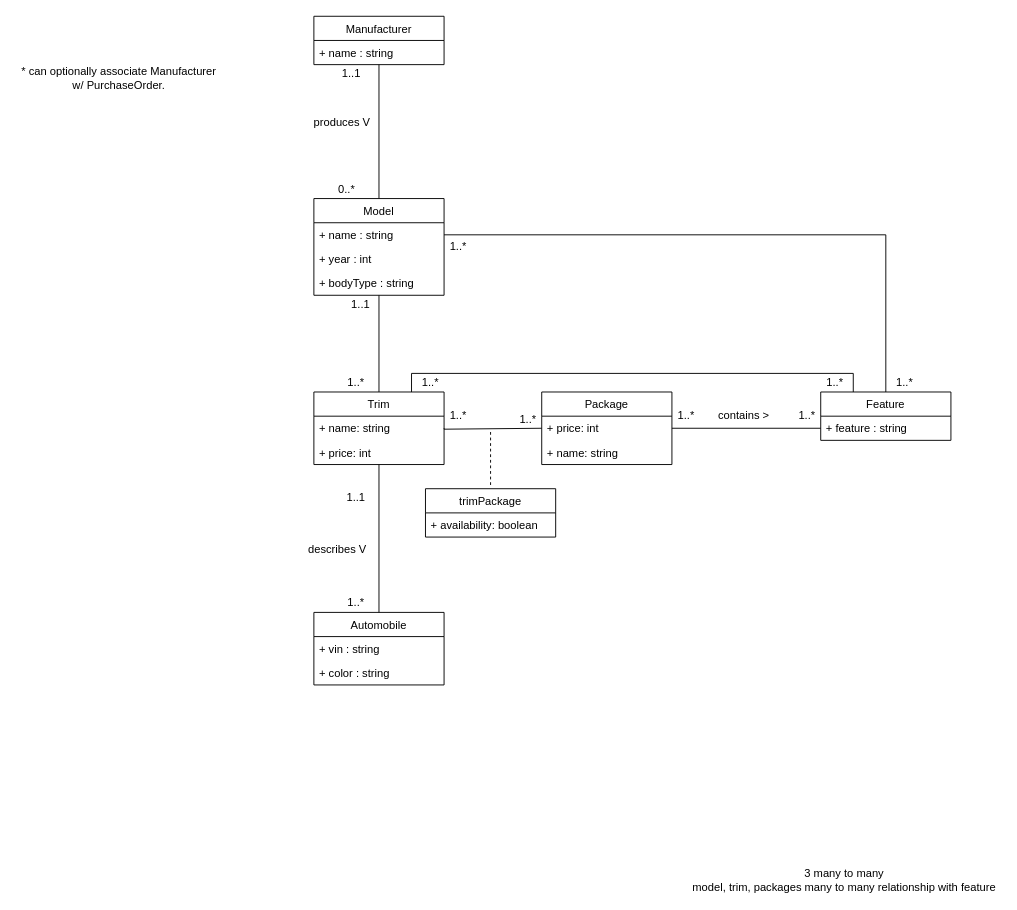
AnthraciteData/CECS-323- keeps this draw.io diagram as page "UML" (1 of 2) of Project 2.drawio. Above is the earlier version. Source tidied: cells renumbered, new cells numbered last; positions are measured from the earlier drawing's top-left corner, leaving out a move shared by most shapes. Both pictures are drawn from the tidied source at 93%, with x=0, y=0 at pixel (16, 16).
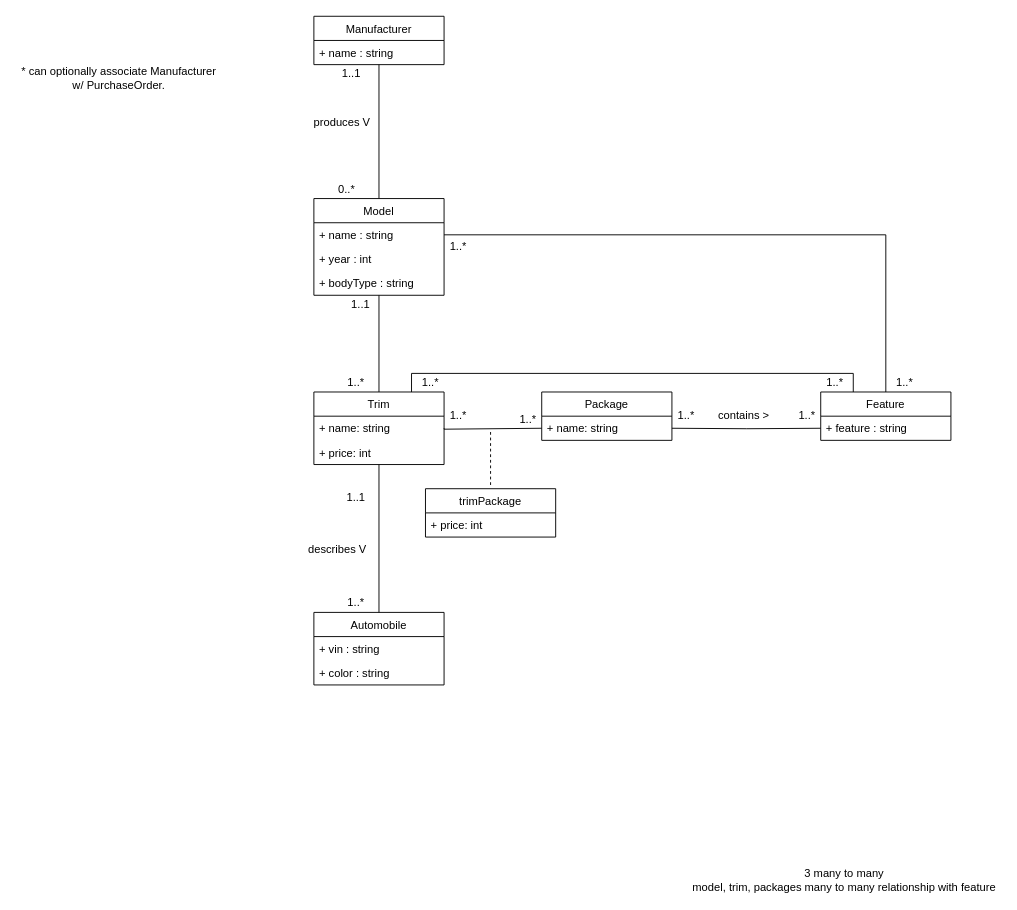
The same diagram, later.

Unchanged cells that the change refers to:
```xml
<mxCell id="21" value="+ name: string" style="text;strokeColor=none;fillColor=none;align=left;verticalAlign=top;spacingLeft=4;spacingRight=4;overflow=hidden;points=[[0,0.5],[1,0.5]];portConstraint=eastwest;" parent="20" vertex="1">
  <mxGeometry y="26" width="140" height="26" as="geometry" />
</mxCell>
<mxCell id="24" value="+ feature : string" style="text;strokeColor=none;fillColor=none;align=left;verticalAlign=top;spacingLeft=4;spacingRight=4;overflow=hidden;points=[[0,0.5],[1,0.5]];portConstraint=eastwest;" parent="23" vertex="1">
  <mxGeometry y="26" width="140" height="26" as="geometry" />
</mxCell>
<mxCell id="40" value="trimPackage" style="swimlane;fontStyle=0;horizontal=1;startSize=26;fillColor=none;" parent="1" vertex="1">
  <mxGeometry x="440" y="508" width="140" height="52" as="geometry" />
</mxCell>
```

What changed in the source:
```diff
@@
     <mxCell id="25" value="Package" style="swimlane;fontStyle=0;horizontal=1;startSize=26;fillColor=none;" parent="1" vertex="1">
-      <mxGeometry x="565" y="404" width="140" height="78" as="geometry" />
+      <mxGeometry x="565" y="404" width="140" height="52" as="geometry" />
     </mxCell>
-    <mxCell id="26" value="+ price: int" style="text;strokeColor=none;fillColor=none;align=left;verticalAlign=top;spacingLeft=4;spacingRight=4;overflow=hidden;points=[[0,0.5],[1,0.5]];portConstraint=eastwest;" parent="25" vertex="1">
-      <mxGeometry y="26" width="140" height="26" as="geometry" />
-    </mxCell>
     <mxCell id="27" value="+ name: string" style="text;strokeColor=none;fillColor=none;align=left;verticalAlign=top;spacingLeft=4;spacingRight=4;overflow=hidden;" parent="25" vertex="1">
-      <mxGeometry y="52" width="140" height="26" as="geometry" />
+      <mxGeometry y="26" width="140" height="26" as="geometry" />
     </mxCell>
@@
-    <mxCell id="41" value="+ availability: boolean" style="text;strokeColor=none;fillColor=none;align=left;verticalAlign=top;spacingLeft=4;spacingRight=4;overflow=hidden;" parent="40" vertex="1">
+    <mxCell id="41" value="+ price: int" style="text;strokeColor=none;fillColor=none;align=left;verticalAlign=top;spacingLeft=4;spacingRight=4;overflow=hidden;" parent="40" vertex="1">
       <mxGeometry y="26" width="140" height="26" as="geometry" />
     </mxCell>
-    <mxCell id="42" style="edgeStyle=orthogonalEdgeStyle;rounded=0;jettySize=auto;html=1;exitX=1;exitY=0.5;exitDx=0;exitDy=0;entryX=0;entryY=0.5;entryDx=0;entryDy=0;endArrow=none;endFill=0;" parent="1" edge="1" source="21" target="26">
+    <mxCell id="42" style="edgeStyle=orthogonalEdgeStyle;rounded=0;jettySize=auto;html=1;exitX=1;exitY=0.5;exitDx=0;exitDy=0;entryX=0;entryY=0.5;entryDx=0;entryDy=0;endArrow=none;endFill=0;" parent="1" edge="1" source="21">
       <mxGeometry relative="1" as="geometry">
+        <mxPoint x="565" y="443" as="targetPoint" />
         <Array as="points">
           <mxPoint x="460" y="444" />
           <mxPoint x="565" y="444" />
         </Array>
       </mxGeometry>
     </mxCell>
-    <mxCell id="43" style="edgeStyle=orthogonalEdgeStyle;rounded=0;jettySize=auto;html=1;exitX=1;exitY=0.5;exitDx=0;exitDy=0;entryX=0;entryY=0.5;entryDx=0;entryDy=0;endArrow=none;endFill=0;" parent="1" edge="1" source="26" target="24">
-      <mxGeometry relative="1" as="geometry" />
+    <mxCell id="43" style="edgeStyle=orthogonalEdgeStyle;rounded=0;jettySize=auto;html=1;exitX=1;exitY=0.5;exitDx=0;exitDy=0;entryX=0;entryY=0.5;entryDx=0;entryDy=0;endArrow=none;endFill=0;" parent="1" edge="1" target="24">
+      <mxGeometry relative="1" as="geometry">
+        <mxPoint x="705" y="443" as="sourcePoint" />
+      </mxGeometry>
     </mxCell>
```
